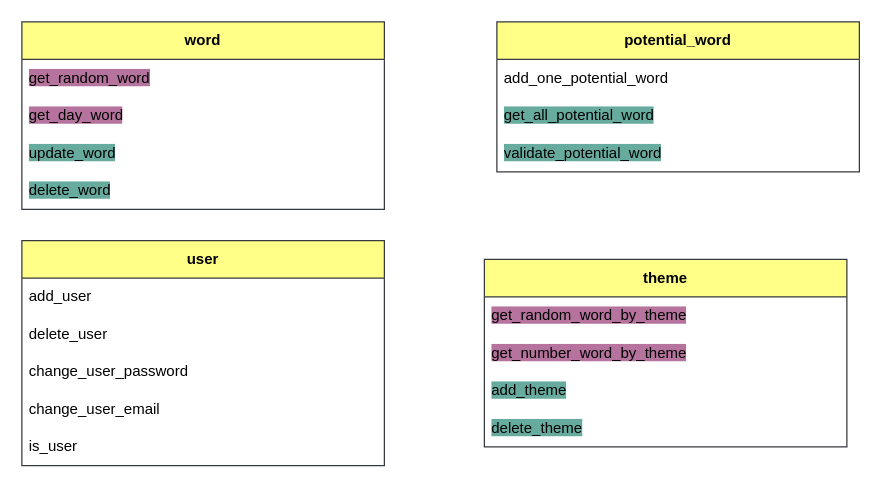
Before: polymathon.drawio in Staneo644/Polymathon_back, a draw.io diagram. Source tidied: cells renumbered, new cells numbered last; positions are measured from the earlier drawing's top-left corner, leaving out a move shared by most shapes. Both pictures are drawn from the tidied source at 125%, with x=0, y=0 at pixel (21, 21).
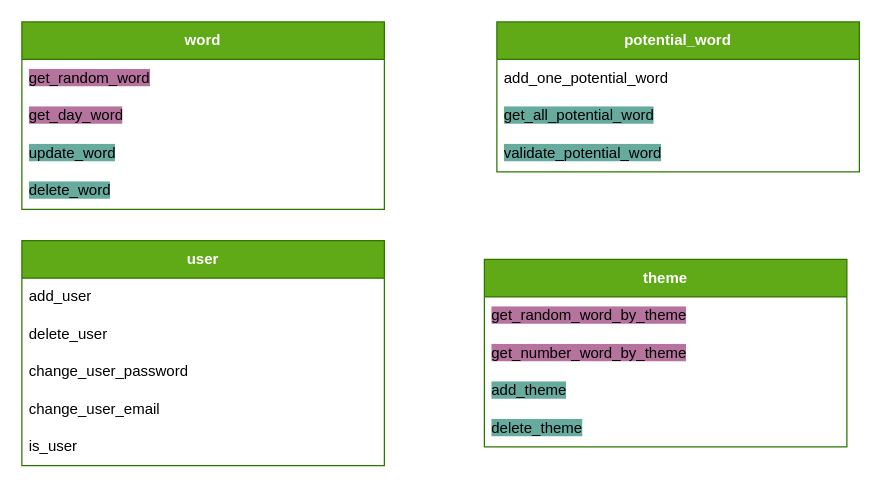
The same diagram, later.

What changed in the source:
```diff
@@
-    <mxCell id="2" value="&lt;strong&gt;word&lt;/strong&gt;" style="swimlane;fontStyle=0;horizontal=1;startSize=30;whiteSpace=wrap;html=1;fillColor=#ffff88;strokeColor=#36393d;" parent="1" vertex="1">
+    <mxCell id="2" value="&lt;strong&gt;word&lt;/strong&gt;" style="swimlane;fontStyle=0;horizontal=1;startSize=30;whiteSpace=wrap;html=1;fillColor=#60a917;strokeColor=#2D7600;fontColor=#ffffff;" parent="1" vertex="1">
       <mxGeometry width="290" height="150" as="geometry" />
     </mxCell>
@@
-    <mxCell id="7" value="&lt;strong&gt;user&lt;/strong&gt;" style="swimlane;fontStyle=0;horizontal=1;startSize=30;whiteSpace=wrap;html=1;fillColor=#ffff88;strokeColor=#36393d;" parent="1" vertex="1">
+    <mxCell id="7" value="&lt;strong&gt;user&lt;/strong&gt;" style="swimlane;fontStyle=0;horizontal=1;startSize=30;whiteSpace=wrap;html=1;fillColor=#60a917;strokeColor=#2D7600;fontColor=#ffffff;" parent="1" vertex="1">
       <mxGeometry y="175" width="290" height="180" as="geometry" />
     </mxCell>
@@
-    <mxCell id="13" value="&lt;strong&gt;potential_word&lt;/strong&gt;" style="swimlane;fontStyle=0;horizontal=1;startSize=30;whiteSpace=wrap;html=1;fillColor=#ffff88;strokeColor=#36393d;" parent="1" vertex="1">
+    <mxCell id="13" value="&lt;strong&gt;potential_word&lt;/strong&gt;" style="swimlane;fontStyle=0;horizontal=1;startSize=30;whiteSpace=wrap;html=1;fillColor=#60a917;strokeColor=#2D7600;fontColor=#ffffff;" parent="1" vertex="1">
       <mxGeometry x="380" width="290" height="120" as="geometry" />
     </mxCell>
@@
-    <mxCell id="17" value="&lt;strong&gt;theme&lt;/strong&gt;" style="swimlane;fontStyle=0;horizontal=1;startSize=30;whiteSpace=wrap;html=1;fillColor=#ffff88;strokeColor=#36393d;" parent="1" vertex="1">
+    <mxCell id="17" value="&lt;strong&gt;theme&lt;/strong&gt;" style="swimlane;fontStyle=0;horizontal=1;startSize=30;whiteSpace=wrap;html=1;fillColor=#60a917;strokeColor=#2D7600;fontColor=#ffffff;" parent="1" vertex="1">
       <mxGeometry x="370" y="190" width="290" height="150" as="geometry" />
     </mxCell>
```
